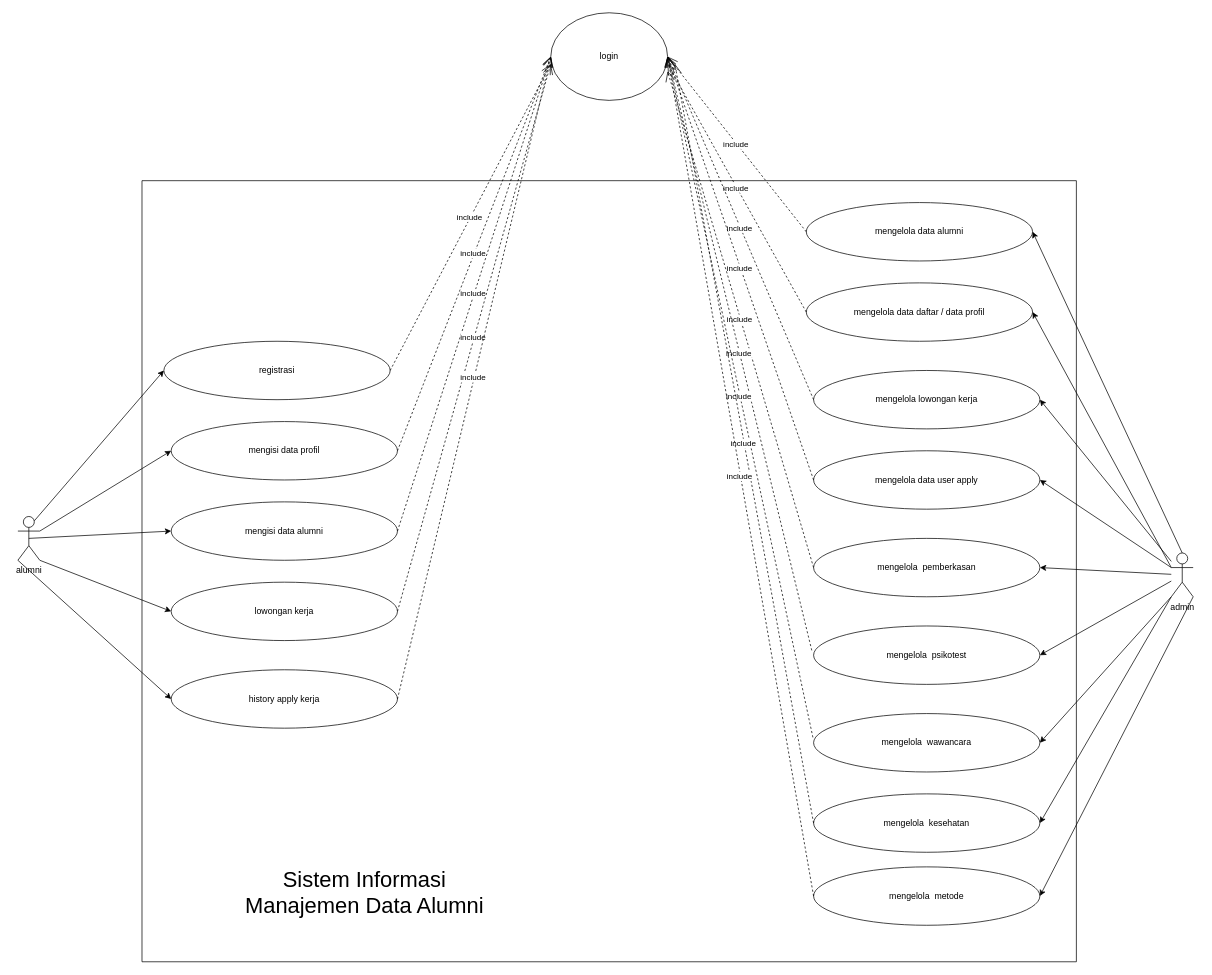
Earlier version of the draw.io diagram usul Diagram.drawio (ratihpn99/tokoonline). Source tidied: cells renumbered, new cells numbered last; positions are measured from the earlier drawing's top-left corner, leaving out a move shared by most shapes. Both pictures are drawn from the tidied source at 73%, with x=0, y=0 at pixel (18, 12).
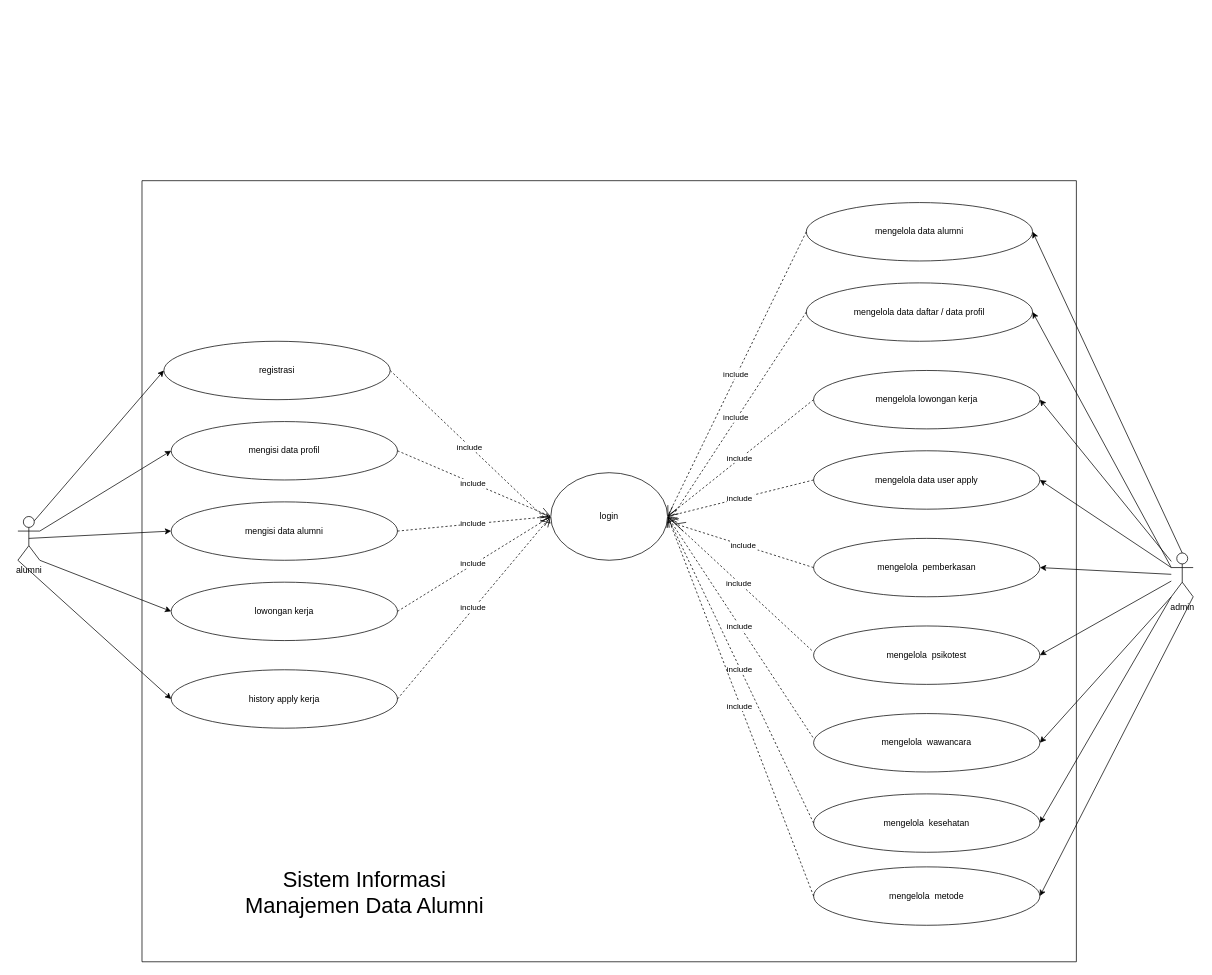
After the change.

Unchanged cells that the change refers to:
```xml
<mxCell id="6" value="lowongan kerja" style="ellipse;whiteSpace=wrap;html=1;" parent="1" vertex="1">
  <mxGeometry x="210" y="780" width="310" height="80" as="geometry" />
</mxCell>
<mxCell id="7" value="history apply kerja" style="ellipse;whiteSpace=wrap;html=1;" parent="1" vertex="1">
  <mxGeometry x="210" y="900" width="310" height="80" as="geometry" />
</mxCell>
<mxCell id="10" value="mengelola data daftar / data profil" style="ellipse;whiteSpace=wrap;html=1;" parent="1" vertex="1">
  <mxGeometry x="1080" y="370" width="310" height="80" as="geometry" />
</mxCell>
<mxCell id="13" value="mengelola&amp;nbsp; pemberkasan" style="ellipse;whiteSpace=wrap;html=1;" parent="1" vertex="1">
  <mxGeometry x="1090" y="720" width="310" height="80" as="geometry" />
</mxCell>
<mxCell id="16" value="mengelola&amp;nbsp;&amp;nbsp;kesehatan" style="ellipse;whiteSpace=wrap;html=1;" parent="1" vertex="1">
  <mxGeometry x="1090" y="1070" width="310" height="80" as="geometry" />
</mxCell>
<mxCell id="47" style="swimlane;startSize=0;" parent="1" vertex="1">
  <mxGeometry x="170" y="230" width="1280" height="1070" as="geometry" />
</mxCell>
```

Diff of the diagram source:
```diff
@@
-    <mxCell id="4" value="login" style="ellipse;whiteSpace=wrap;html=1;" parent="1" vertex="1">
-      <mxGeometry x="730" width="160" height="120" as="geometry" />
-    </mxCell>
@@
     <mxCell id="33" value="include&amp;nbsp;" style="endArrow=open;endSize=12;dashed=1;html=1;rounded=0;" parent="1" edge="1">
       <mxGeometry relative="1" as="geometry">
         <mxPoint x="510" y="490" as="sourcePoint" />
-        <mxPoint x="730" y="70" as="targetPoint" />
+        <mxPoint x="730" y="700" as="targetPoint" />
       </mxGeometry>
     </mxCell>
@@
     <mxCell id="36" value="include&amp;nbsp;" style="endArrow=open;endSize=12;dashed=1;html=1;rounded=0;exitX=1;exitY=0.5;exitDx=0;exitDy=0;" parent="1" edge="1" source="6">
       <mxGeometry relative="1" as="geometry">
-        <mxPoint x="730" y="70" as="targetPoint" />
+        <mxPoint x="730" y="690" as="targetPoint" />
       </mxGeometry>
     </mxCell>
-    <mxCell id="37" value="include&amp;nbsp;" style="endArrow=open;endSize=12;dashed=1;html=1;rounded=0;exitX=1;exitY=0.5;exitDx=0;exitDy=0;" parent="1" edge="1" source="7">
-      <mxGeometry relative="1" as="geometry">
-        <mxPoint x="730" y="60" as="targetPoint" />
-      </mxGeometry>
+    <mxCell id="37" value="include&amp;nbsp;" style="endArrow=open;endSize=12;dashed=1;html=1;rounded=0;exitX=1;exitY=0.5;exitDx=0;exitDy=0;entryX=0;entryY=0.5;entryDx=0;entryDy=0;" parent="1" edge="1" source="7" target="4">
+      <mxGeometry relative="1" as="geometry" />
     </mxCell>
@@
     <mxCell id="39" value="include&amp;nbsp;" style="endArrow=open;endSize=12;dashed=1;html=1;rounded=0;exitX=0;exitY=0.5;exitDx=0;exitDy=0;" parent="1" edge="1" source="10">
       <mxGeometry relative="1" as="geometry">
-        <mxPoint x="890" y="70" as="targetPoint" />
+        <mxPoint x="890" y="700" as="targetPoint" />
       </mxGeometry>
     </mxCell>
@@
     <mxCell id="42" value="include&amp;nbsp;" style="endArrow=open;endSize=12;dashed=1;html=1;rounded=0;exitX=0;exitY=0.5;exitDx=0;exitDy=0;" parent="1" edge="1" source="13">
       <mxGeometry relative="1" as="geometry">
-        <mxPoint x="890" y="80" as="targetPoint" />
+        <mxPoint x="900" y="700" as="targetPoint" />
       </mxGeometry>
     </mxCell>
@@
     <mxCell id="45" value="include&amp;nbsp;" style="endArrow=open;endSize=12;dashed=1;html=1;rounded=0;exitX=0;exitY=0.5;exitDx=0;exitDy=0;" parent="1" edge="1" source="16">
       <mxGeometry relative="1" as="geometry">
-        <mxPoint x="900" y="70" as="targetPoint" />
+        <mxPoint x="890" y="690" as="targetPoint" />
       </mxGeometry>
     </mxCell>
@@
+    <mxCell id="4" value="login" style="ellipse;whiteSpace=wrap;html=1;" parent="47" vertex="1">
+      <mxGeometry x="560" y="400" width="160" height="120" as="geometry" />
+    </mxCell>
```
